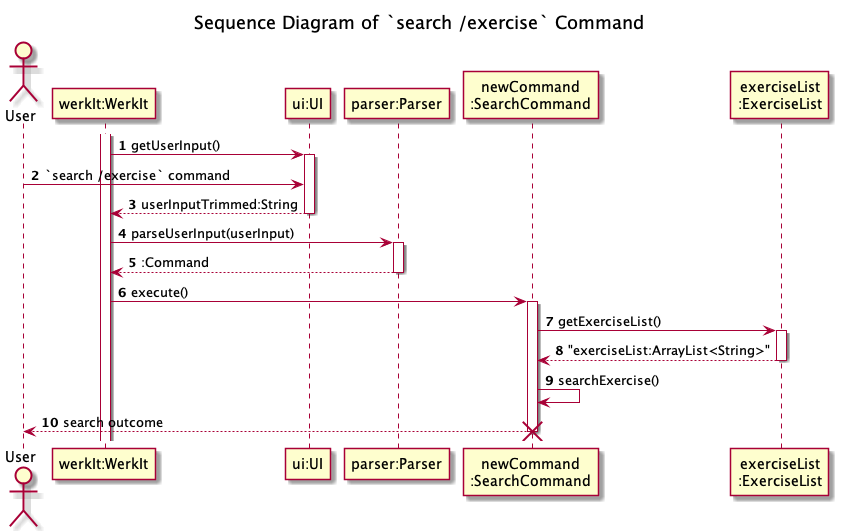
Earlier version of the PlantUML export docs/uml/sequenceDiagrams/search/images/searchExercise.png (nus-cs2113-AY2122S2/tp).
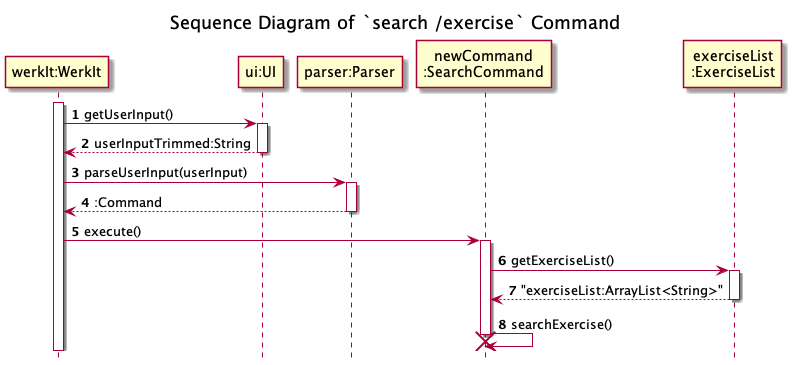
After the commit.

The edit, as a diff of the source:
```diff
@@ -1,11 +1,10 @@
 @startuml
-!include ../Style.puml
-
+!include ../../Style.puml
+hide footbox
 autonumber
 
 title Sequence Diagram of `search /exercise` Command
 
-actor   User
 participant "werkIt:WerkIt" AS WerkIt
 participant "ui:UI" AS UI1
 participant "parser:Parser" AS Parser
@@ -15,7 +14,6 @@
 activate WerkIt
 WerkIt -> UI1 : getUserInput()
 activate UI1
-User -> UI1 : `search /exercise` command
 WerkIt <-- UI1 : userInputTrimmed:String
 deactivate UI1
 
@@ -33,7 +31,6 @@
 deactivate ExerciseList
 
 newCommand -> newCommand : searchExercise()
-User <-- newCommand : search outcome
 
 deactivate newCommand
 
```
